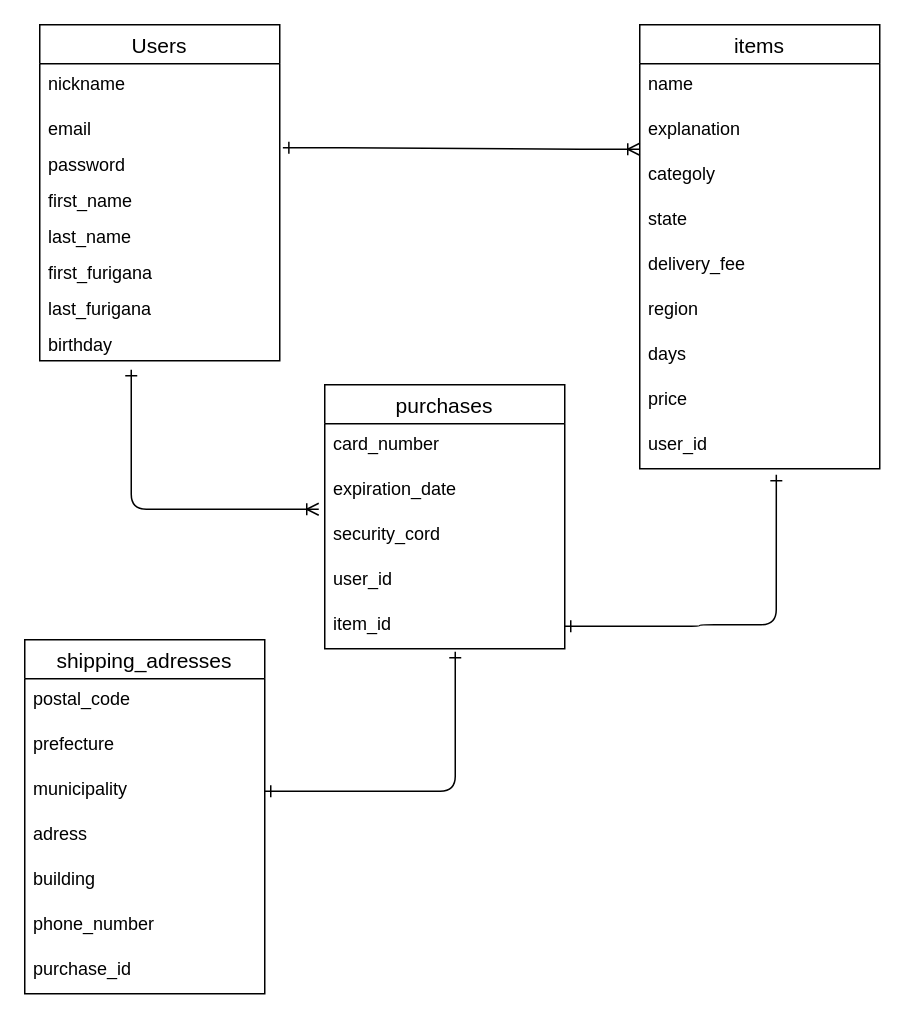
Earlier version of the draw.io diagram furima.dio (taip315/furima-31529). Source tidied: cells renumbered, new cells numbered last; positions are measured from the earlier drawing's top-left corner, leaving out a move shared by most shapes. Both pictures are drawn from the tidied source at 150%, with x=0, y=0 at pixel (24, 24).
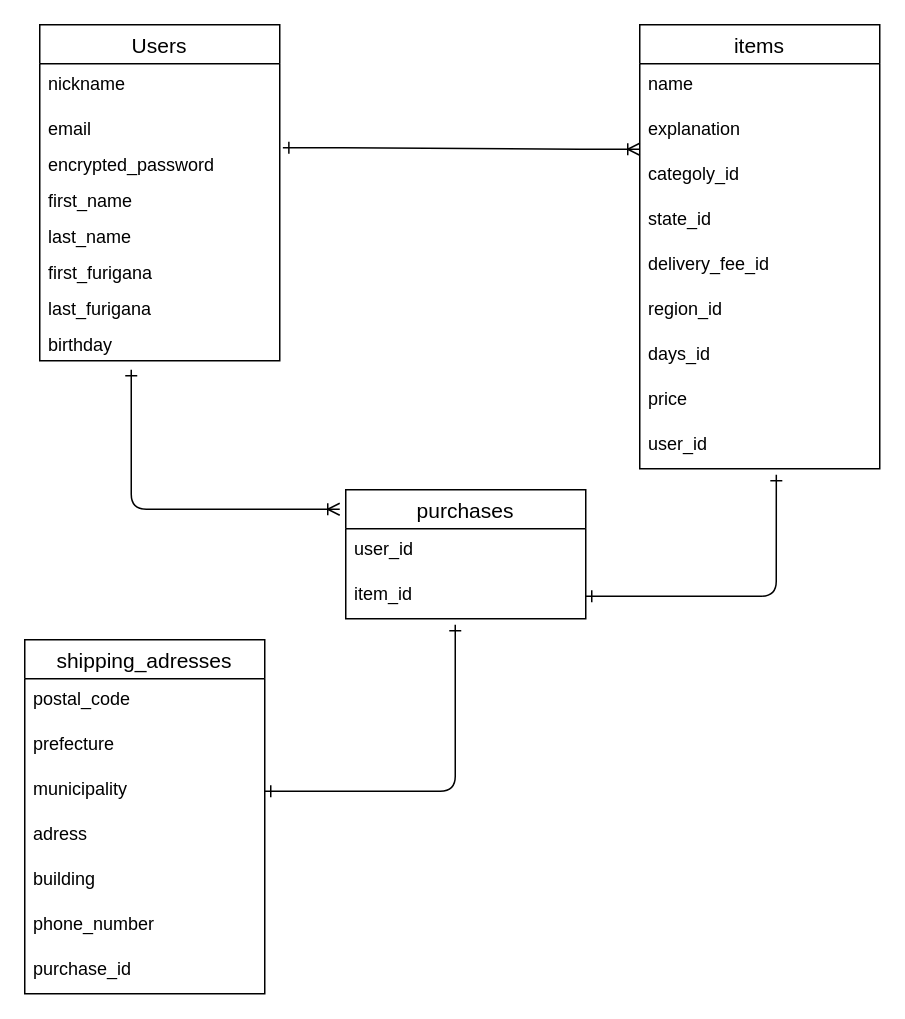
Above is the later version.

Unchanged cells that the change refers to:
```xml
<mxCell id="8" value="Users" style="swimlane;fontStyle=0;horizontal=1;startSize=26;align=center;fontSize=14;" parent="1" vertex="1">
  <mxGeometry x="10" width="160" height="224" as="geometry" />
</mxCell>
<mxCell id="17" value="items" style="swimlane;fontStyle=0;horizontal=1;startSize=26;align=center;fontSize=14;" parent="1" vertex="1">
  <mxGeometry x="410" width="160" height="296" as="geometry" />
</mxCell>
<mxCell id="26" value="user_id" style="text;strokeColor=none;fillColor=none;spacingLeft=4;spacingRight=4;overflow=hidden;points=[[0,0.5],[1,0.5]];portConstraint=eastwest;fontSize=12;" parent="17" vertex="1">
  <mxGeometry y="266" width="160" height="30" as="geometry" />
</mxCell>
<mxCell id="31" value="municipality" style="text;strokeColor=none;fillColor=none;spacingLeft=4;spacingRight=4;overflow=hidden;points=[[0,0.5],[1,0.5]];portConstraint=eastwest;fontSize=12;" parent="28" vertex="1">
  <mxGeometry y="86" width="160" height="30" as="geometry" />
</mxCell>
```

Diff of the diagram source:
```diff
@@
     <mxCell id="2" value="purchases" style="swimlane;fontStyle=0;horizontal=1;startSize=26;align=center;fontSize=14;" parent="1" vertex="1">
-      <mxGeometry x="200" y="240" width="160" height="176" as="geometry" />
+      <mxGeometry x="214" y="310" width="160" height="86" as="geometry" />
     </mxCell>
-    <mxCell id="3" value="card_number" style="text;strokeColor=none;fillColor=none;spacingLeft=4;spacingRight=4;overflow=hidden;fontSize=12;" parent="2" vertex="1">
-      <mxGeometry y="26" width="160" height="30" as="geometry" />
-    </mxCell>
-    <mxCell id="4" value="expiration_date" style="text;strokeColor=none;fillColor=none;spacingLeft=4;spacingRight=4;overflow=hidden;fontSize=12;" parent="2" vertex="1">
-      <mxGeometry y="56" width="160" height="30" as="geometry" />
-    </mxCell>
-    <mxCell id="5" value="security_cord" style="text;strokeColor=none;fillColor=none;spacingLeft=4;spacingRight=4;overflow=hidden;points=[[0,0.5],[1,0.5]];portConstraint=eastwest;fontSize=12;" parent="2" vertex="1">
-      <mxGeometry y="86" width="160" height="30" as="geometry" />
-    </mxCell>
     <mxCell id="6" value="user_id" style="text;strokeColor=none;fillColor=none;spacingLeft=4;spacingRight=4;overflow=hidden;fontSize=12;" parent="2" vertex="1">
-      <mxGeometry y="116" width="160" height="30" as="geometry" />
+      <mxGeometry y="26" width="160" height="30" as="geometry" />
     </mxCell>
     <mxCell id="7" value="item_id" style="text;strokeColor=none;fillColor=none;spacingLeft=4;spacingRight=4;overflow=hidden;points=[[0,0.5],[1,0.5]];portConstraint=eastwest;fontSize=12;" parent="2" vertex="1">
-      <mxGeometry y="146" width="160" height="30" as="geometry" />
+      <mxGeometry y="56" width="160" height="30" as="geometry" />
     </mxCell>
@@
-    <mxCell id="11" value="password" style="text;strokeColor=none;fillColor=none;spacingLeft=4;spacingRight=4;overflow=hidden;points=[[0,0.5],[1,0.5]];portConstraint=eastwest;fontSize=12;" parent="8" vertex="1">
+    <mxCell id="11" value="encrypted_password" style="text;strokeColor=none;fillColor=none;spacingLeft=4;spacingRight=4;overflow=hidden;points=[[0,0.5],[1,0.5]];portConstraint=eastwest;fontSize=12;" parent="8" vertex="1">
       <mxGeometry y="80" width="160" height="24" as="geometry" />
     </mxCell>
@@
-    <mxCell id="20" value="categoly" style="text;strokeColor=none;fillColor=none;spacingLeft=4;spacingRight=4;overflow=hidden;points=[[0,0.5],[1,0.5]];portConstraint=eastwest;fontSize=12;" parent="17" vertex="1">
+    <mxCell id="20" value="categoly_id" style="text;strokeColor=none;fillColor=none;spacingLeft=4;spacingRight=4;overflow=hidden;points=[[0,0.5],[1,0.5]];portConstraint=eastwest;fontSize=12;" parent="17" vertex="1">
       <mxGeometry y="86" width="160" height="30" as="geometry" />
     </mxCell>
-    <mxCell id="21" value="state" style="text;strokeColor=none;fillColor=none;spacingLeft=4;spacingRight=4;overflow=hidden;fontSize=12;" parent="17" vertex="1">
+    <mxCell id="21" value="state_id" style="text;strokeColor=none;fillColor=none;spacingLeft=4;spacingRight=4;overflow=hidden;fontSize=12;" parent="17" vertex="1">
       <mxGeometry y="116" width="160" height="30" as="geometry" />
     </mxCell>
-    <mxCell id="22" value="delivery_fee" style="text;strokeColor=none;fillColor=none;spacingLeft=4;spacingRight=4;overflow=hidden;fontSize=12;" parent="17" vertex="1">
+    <mxCell id="22" value="delivery_fee_id" style="text;strokeColor=none;fillColor=none;spacingLeft=4;spacingRight=4;overflow=hidden;fontSize=12;" parent="17" vertex="1">
       <mxGeometry y="146" width="160" height="30" as="geometry" />
     </mxCell>
-    <mxCell id="23" value="region" style="text;strokeColor=none;fillColor=none;spacingLeft=4;spacingRight=4;overflow=hidden;fontSize=12;" parent="17" vertex="1">
+    <mxCell id="23" value="region_id" style="text;strokeColor=none;fillColor=none;spacingLeft=4;spacingRight=4;overflow=hidden;fontSize=12;" parent="17" vertex="1">
       <mxGeometry y="176" width="160" height="30" as="geometry" />
     </mxCell>
-    <mxCell id="24" value="days" style="text;strokeColor=none;fillColor=none;spacingLeft=4;spacingRight=4;overflow=hidden;fontSize=12;" parent="17" vertex="1">
+    <mxCell id="24" value="days_id" style="text;strokeColor=none;fillColor=none;spacingLeft=4;spacingRight=4;overflow=hidden;fontSize=12;" parent="17" vertex="1">
       <mxGeometry y="206" width="160" height="30" as="geometry" />
     </mxCell>
@@
-    <mxCell id="36" style="edgeStyle=elbowEdgeStyle;fontSize=12;html=1;endArrow=ERone;startArrow=ERone;entryX=0.544;entryY=1.067;entryDx=0;entryDy=0;entryPerimeter=0;startFill=0;endFill=0;" parent="1" edge="1" source="31" target="7">
+    <mxCell id="36" style="edgeStyle=elbowEdgeStyle;fontSize=12;html=1;endArrow=ERone;startArrow=ERone;startFill=0;endFill=0;" parent="1" edge="1" source="31">
       <mxGeometry relative="1" as="geometry">
+        <mxPoint x="287" y="400" as="targetPoint" />
         <Array as="points">
           <mxPoint x="287" y="450" />
         </Array>
       </mxGeometry>
     </mxCell>
     <mxCell id="37" style="edgeStyle=orthogonalEdgeStyle;fontSize=12;html=1;endArrow=ERone;startArrow=ERone;endFill=0;startFill=0;entryX=0.569;entryY=1.133;entryDx=0;entryDy=0;entryPerimeter=0;exitX=1;exitY=0.5;exitDx=0;exitDy=0;" parent="1" edge="1" source="7" target="26">
       <mxGeometry relative="1" as="geometry">
         <Array as="points">
-          <mxPoint x="450" y="401" />
-          <mxPoint x="450" y="400" />
-          <mxPoint x="501" y="400" />
+          <mxPoint x="501" y="381" />
         </Array>
       </mxGeometry>
     </mxCell>
-    <mxCell id="38" style="edgeStyle=orthogonalEdgeStyle;fontSize=12;html=1;endArrow=ERoneToMany;entryX=-0.025;entryY=-0.1;entryDx=0;entryDy=0;entryPerimeter=0;startArrow=ERone;startFill=0;" parent="1" edge="1" target="5">
+    <mxCell id="38" style="edgeStyle=orthogonalEdgeStyle;fontSize=12;html=1;endArrow=ERoneToMany;startArrow=ERone;startFill=0;" parent="1" edge="1">
       <mxGeometry relative="1" as="geometry">
         <mxPoint x="71" y="230" as="sourcePoint" />
+        <mxPoint x="210" y="323" as="targetPoint" />
         <Array as="points">
           <mxPoint x="71" y="323" />
         </Array>
       </mxGeometry>
     </mxCell>
```
